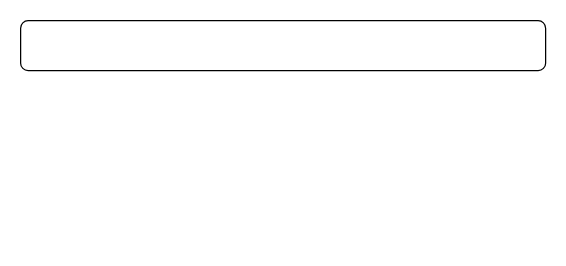
The draw.io diagram Untitled Diagram.drawio in nutrition-survey/diagrams, before the edit. Source tidied: cells renumbered, new cells numbered last; positions are measured from the earlier drawing's top-left corner, leaving out a move shared by most shapes. Both pictures are drawn from the tidied source at 125%, with x=0, y=0 at pixel (20, 20).
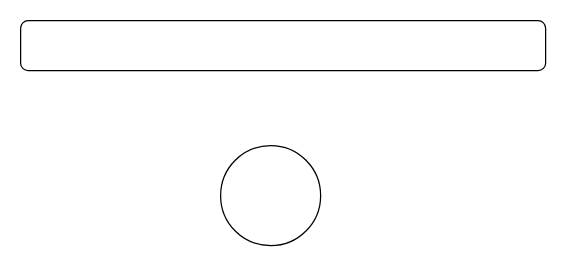
The same diagram, later.

What changed in the source:
```diff
@@
 <mxGraphModel>
   <root>
     <mxCell id="0" />
     <mxCell id="1" parent="0" />
     <mxCell id="2" style="rounded=1;whiteSpace=wrap;html=1;" parent="1" vertex="1">
       <mxGeometry width="420" height="40" as="geometry" />
     </mxCell>
+    <mxCell id="3" style="ellipse;whiteSpace=wrap;html=1;" parent="1" vertex="1">
+      <mxGeometry x="160" y="100" width="80" height="80" as="geometry" />
+    </mxCell>
   </root>
 </mxGraphModel>
```
